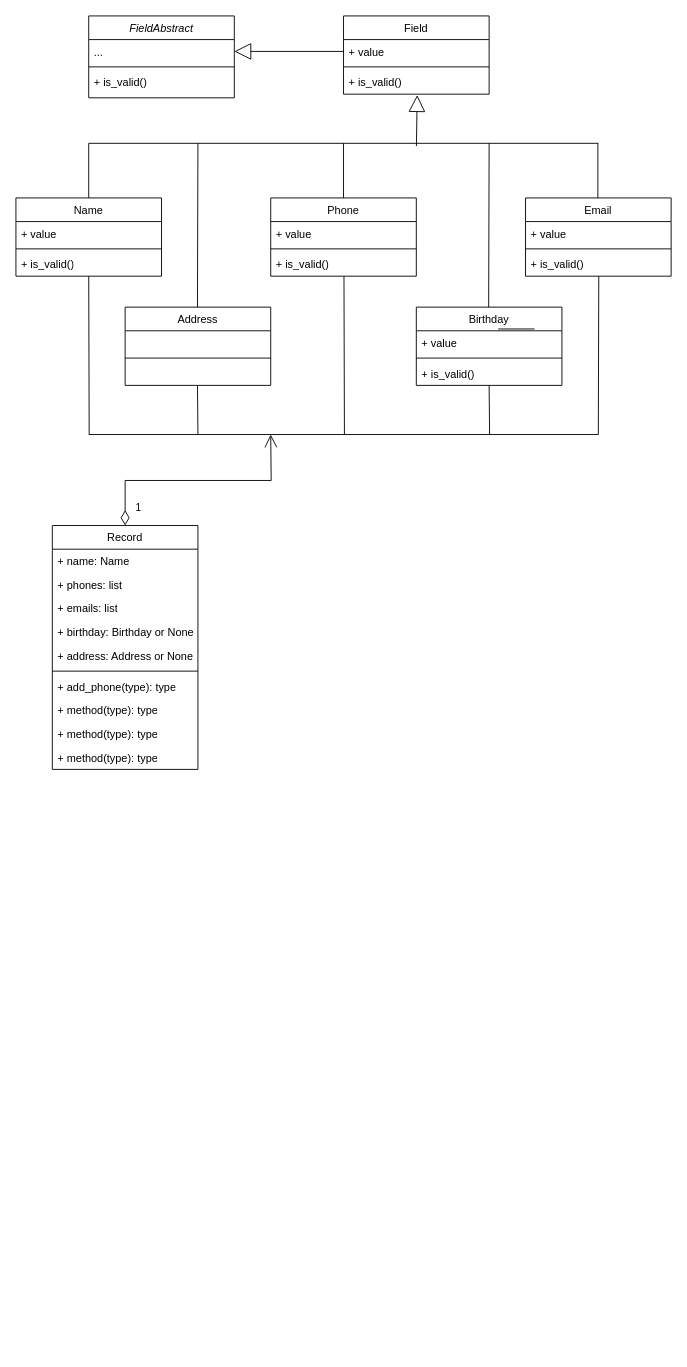
Above: Діаграма без назви.drawio in prominb/personal-assistant2 (draw.io), before the change. Source tidied: cells renumbered, new cells numbered last; positions are measured from the earlier drawing's top-left corner, leaving out a move shared by most shapes. Both pictures are drawn from the tidied source at 91%, with x=0, y=0 at pixel (15, 15).
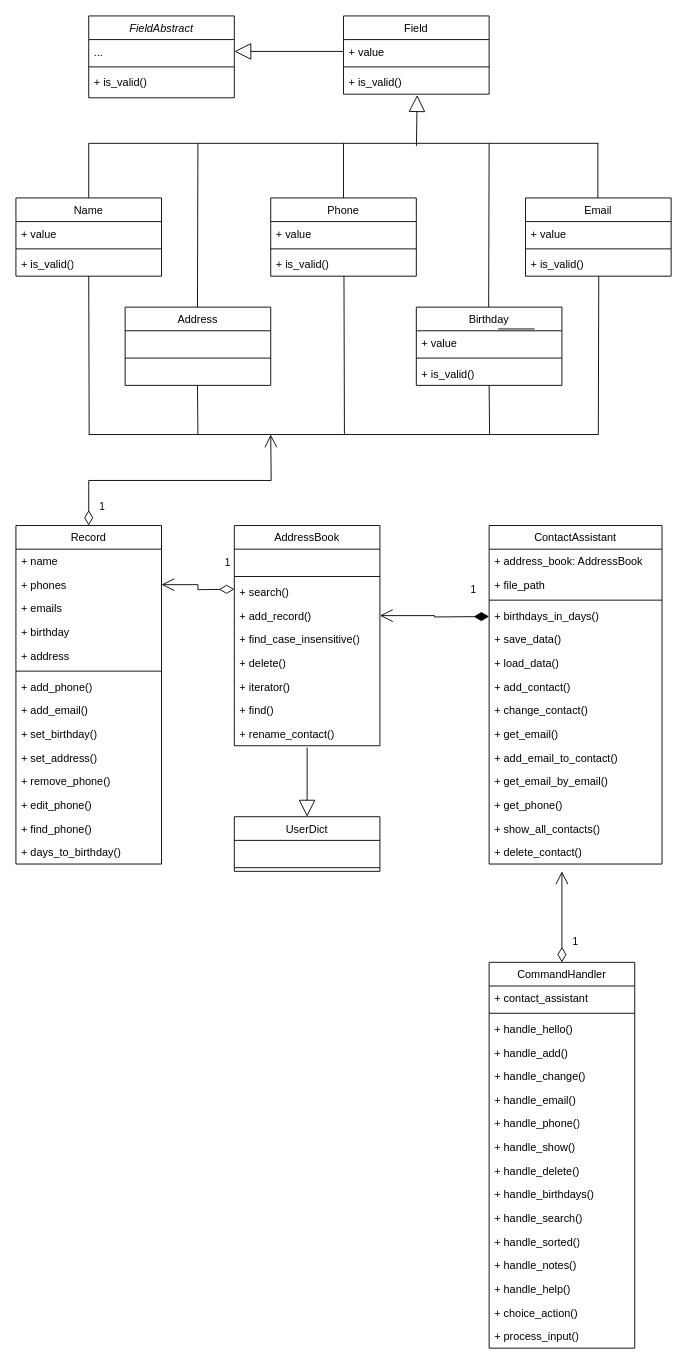
The same page after the edit.

What changed in the source:
```diff
@@
     <mxCell id="39" value="&lt;span style=&quot;font-weight: 400;&quot;&gt;Record&lt;/span&gt;" style="swimlane;fontStyle=1;align=center;verticalAlign=top;horizontal=1;startSize=26;whiteSpace=wrap;html=1;" parent="1" vertex="1">
-      <mxGeometry x="40" y="560" width="160" height="268" as="geometry" />
+      <mxGeometry y="560" width="160" height="372" as="geometry" />
     </mxCell>
-    <mxCell id="40" value="+ name:&amp;nbsp;&lt;span style=&quot;text-align: center;&quot;&gt;Name&lt;/span&gt;" style="text;strokeColor=none;fillColor=none;align=left;verticalAlign=top;spacingLeft=4;spacingRight=4;overflow=hidden;whiteSpace=wrap;html=1;" parent="39" vertex="1">
+    <mxCell id="40" value="+ name" style="text;strokeColor=none;fillColor=none;align=left;verticalAlign=top;spacingLeft=4;spacingRight=4;overflow=hidden;whiteSpace=wrap;html=1;" parent="39" vertex="1">
       <mxGeometry y="26" width="160" height="26" as="geometry" />
     </mxCell>
-    <mxCell id="41" value="+ phones: list" style="text;strokeColor=none;fillColor=none;align=left;verticalAlign=top;spacingLeft=4;spacingRight=4;overflow=hidden;points=[[0,0.5],[1,0.5]];portConstraint=eastwest;whiteSpace=wrap;html=1;" parent="39" vertex="1">
+    <mxCell id="41" value="+ phones" style="text;strokeColor=none;fillColor=none;align=left;verticalAlign=top;spacingLeft=4;spacingRight=4;overflow=hidden;points=[[0,0.5],[1,0.5]];portConstraint=eastwest;whiteSpace=wrap;html=1;" parent="39" vertex="1">
       <mxGeometry y="52" width="160" height="26" as="geometry" />
     </mxCell>
-    <mxCell id="42" value="+ emails: list" style="text;strokeColor=none;fillColor=none;align=left;verticalAlign=top;spacingLeft=4;spacingRight=4;overflow=hidden;whiteSpace=wrap;html=1;" parent="39" vertex="1">
+    <mxCell id="42" value="+ emails" style="text;strokeColor=none;fillColor=none;align=left;verticalAlign=top;spacingLeft=4;spacingRight=4;overflow=hidden;whiteSpace=wrap;html=1;" parent="39" vertex="1">
       <mxGeometry y="78" width="160" height="26" as="geometry" />
     </mxCell>
-    <mxCell id="43" value="+ birthday: Birthday or None" style="text;strokeColor=none;fillColor=none;align=left;verticalAlign=top;spacingLeft=4;spacingRight=4;overflow=hidden;whiteSpace=wrap;html=1;" parent="39" vertex="1">
+    <mxCell id="43" value="+ birthday" style="text;strokeColor=none;fillColor=none;align=left;verticalAlign=top;spacingLeft=4;spacingRight=4;overflow=hidden;whiteSpace=wrap;html=1;" parent="39" vertex="1">
       <mxGeometry y="104" width="160" height="26" as="geometry" />
     </mxCell>
-    <mxCell id="44" value="+ address: Address or None" style="text;strokeColor=none;fillColor=none;align=left;verticalAlign=top;spacingLeft=4;spacingRight=4;overflow=hidden;whiteSpace=wrap;html=1;" parent="39" vertex="1">
+    <mxCell id="44" value="+ address" style="text;strokeColor=none;fillColor=none;align=left;verticalAlign=top;spacingLeft=4;spacingRight=4;overflow=hidden;whiteSpace=wrap;html=1;" parent="39" vertex="1">
       <mxGeometry y="130" width="160" height="26" as="geometry" />
     </mxCell>
@@
-    <mxCell id="46" value="+ add_phone(type): type" style="text;strokeColor=none;fillColor=none;align=left;verticalAlign=top;spacingLeft=4;spacingRight=4;overflow=hidden;whiteSpace=wrap;html=1;" parent="39" vertex="1">
+    <mxCell id="46" value="+ add_phone()" style="text;strokeColor=none;fillColor=none;align=left;verticalAlign=top;spacingLeft=4;spacingRight=4;overflow=hidden;whiteSpace=wrap;html=1;" parent="39" vertex="1">
       <mxGeometry y="164" width="160" height="26" as="geometry" />
     </mxCell>
-    <mxCell id="47" value="+ method(type): type" style="text;strokeColor=none;fillColor=none;align=left;verticalAlign=top;spacingLeft=4;spacingRight=4;overflow=hidden;whiteSpace=wrap;html=1;" parent="39" vertex="1">
+    <mxCell id="47" value="+ add_email()" style="text;strokeColor=none;fillColor=none;align=left;verticalAlign=top;spacingLeft=4;spacingRight=4;overflow=hidden;whiteSpace=wrap;html=1;" parent="39" vertex="1">
       <mxGeometry y="190" width="160" height="26" as="geometry" />
     </mxCell>
-    <mxCell id="48" value="+ method(type): type" style="text;strokeColor=none;fillColor=none;align=left;verticalAlign=top;spacingLeft=4;spacingRight=4;overflow=hidden;whiteSpace=wrap;html=1;" parent="39" vertex="1">
+    <mxCell id="48" value="+ set_birthday()" style="text;strokeColor=none;fillColor=none;align=left;verticalAlign=top;spacingLeft=4;spacingRight=4;overflow=hidden;whiteSpace=wrap;html=1;" parent="39" vertex="1">
       <mxGeometry y="216" width="160" height="26" as="geometry" />
     </mxCell>
-    <mxCell id="49" value="+ method(type): type" style="text;strokeColor=none;fillColor=none;align=left;verticalAlign=top;spacingLeft=4;spacingRight=4;overflow=hidden;whiteSpace=wrap;html=1;" parent="39" vertex="1">
-      <mxGeometry y="242" width="160" height="26" as="geometry" />
-    </mxCell>
+    <mxCell id="57" value="+ set_address()" style="text;strokeColor=none;fillColor=none;align=left;verticalAlign=top;spacingLeft=4;spacingRight=4;overflow=hidden;whiteSpace=wrap;html=1;" parent="39" vertex="1">
+      <mxGeometry y="242" width="160" height="26" as="geometry" />
+    </mxCell>
+    <mxCell id="58" value="+ remove_phone()" style="text;strokeColor=none;fillColor=none;align=left;verticalAlign=top;spacingLeft=4;spacingRight=4;overflow=hidden;whiteSpace=wrap;html=1;" parent="39" vertex="1">
+      <mxGeometry y="268" width="160" height="26" as="geometry" />
+    </mxCell>
+    <mxCell id="59" value="+ edit_phone()" style="text;strokeColor=none;fillColor=none;align=left;verticalAlign=top;spacingLeft=4;spacingRight=4;overflow=hidden;whiteSpace=wrap;html=1;" parent="39" vertex="1">
+      <mxGeometry y="294" width="160" height="26" as="geometry" />
+    </mxCell>
+    <mxCell id="60" value="+ find_phone()" style="text;strokeColor=none;fillColor=none;align=left;verticalAlign=top;spacingLeft=4;spacingRight=4;overflow=hidden;whiteSpace=wrap;html=1;" parent="39" vertex="1">
+      <mxGeometry y="320" width="160" height="26" as="geometry" />
+    </mxCell>
+    <mxCell id="61" value="+ days_to_birthday()" style="text;strokeColor=none;fillColor=none;align=left;verticalAlign=top;spacingLeft=4;spacingRight=4;overflow=hidden;whiteSpace=wrap;html=1;" parent="39" vertex="1">
+      <mxGeometry y="346" width="160" height="26" as="geometry" />
+    </mxCell>
@@
+    <mxCell id="62" value="&lt;span style=&quot;font-weight: 400;&quot;&gt;AddressBook&lt;/span&gt;" style="swimlane;fontStyle=1;align=center;verticalAlign=top;horizontal=1;startSize=26;whiteSpace=wrap;html=1;" parent="1" vertex="1">
+      <mxGeometry x="240" y="560" width="160" height="242" as="geometry" />
+    </mxCell>
+    <mxCell id="63" value="&amp;nbsp;" style="text;strokeColor=none;fillColor=none;align=left;verticalAlign=top;spacingLeft=4;spacingRight=4;overflow=hidden;whiteSpace=wrap;html=1;" parent="62" vertex="1">
+      <mxGeometry y="26" width="160" height="26" as="geometry" />
+    </mxCell>
+    <mxCell id="64" style="line;strokeWidth=1;fillColor=none;align=left;verticalAlign=middle;spacingTop=-1;spacingLeft=3;spacingRight=3;labelPosition=right;strokeColor=inherit;" parent="62" vertex="1">
+      <mxGeometry y="52" width="160" height="8" as="geometry" />
+    </mxCell>
+    <mxCell id="65" value="+ search()" style="text;strokeColor=none;fillColor=none;align=left;verticalAlign=top;spacingLeft=4;spacingRight=4;overflow=hidden;whiteSpace=wrap;html=1;" parent="62" vertex="1">
+      <mxGeometry y="60" width="160" height="26" as="geometry" />
+    </mxCell>
+    <mxCell id="66" value="+ add_record()" style="text;strokeColor=none;fillColor=none;align=left;verticalAlign=top;spacingLeft=4;spacingRight=4;overflow=hidden;points=[[0,0.5],[1,0.5]];portConstraint=eastwest;whiteSpace=wrap;html=1;" parent="62" vertex="1">
+      <mxGeometry y="86" width="160" height="26" as="geometry" />
+    </mxCell>
+    <mxCell id="67" value="+ find_case_insensitive()" style="text;strokeColor=none;fillColor=none;align=left;verticalAlign=top;spacingLeft=4;spacingRight=4;overflow=hidden;whiteSpace=wrap;html=1;" parent="62" vertex="1">
+      <mxGeometry y="112" width="160" height="26" as="geometry" />
+    </mxCell>
+    <mxCell id="68" value="+ delete()" style="text;strokeColor=none;fillColor=none;align=left;verticalAlign=top;spacingLeft=4;spacingRight=4;overflow=hidden;whiteSpace=wrap;html=1;" parent="62" vertex="1">
+      <mxGeometry y="138" width="160" height="26" as="geometry" />
+    </mxCell>
+    <mxCell id="69" value="+ iterator()" style="text;strokeColor=none;fillColor=none;align=left;verticalAlign=top;spacingLeft=4;spacingRight=4;overflow=hidden;whiteSpace=wrap;html=1;" parent="62" vertex="1">
+      <mxGeometry y="164" width="160" height="26" as="geometry" />
+    </mxCell>
+    <mxCell id="70" value="+ find()" style="text;strokeColor=none;fillColor=none;align=left;verticalAlign=top;spacingLeft=4;spacingRight=4;overflow=hidden;whiteSpace=wrap;html=1;" parent="62" vertex="1">
+      <mxGeometry y="190" width="160" height="26" as="geometry" />
+    </mxCell>
+    <mxCell id="71" value="+ rename_contact()" style="text;strokeColor=none;fillColor=none;align=left;verticalAlign=top;spacingLeft=4;spacingRight=4;overflow=hidden;points=[[0,0.5],[1,0.5]];portConstraint=eastwest;whiteSpace=wrap;html=1;" parent="62" vertex="1">
+      <mxGeometry y="216" width="160" height="26" as="geometry" />
+    </mxCell>
+    <mxCell id="72" value="&lt;span style=&quot;font-weight: 400;&quot;&gt;UserDict&lt;/span&gt;" style="swimlane;fontStyle=1;align=center;verticalAlign=top;horizontal=1;startSize=26;whiteSpace=wrap;html=1;" parent="1" vertex="1">
+      <mxGeometry x="240" y="880" width="160" height="60" as="geometry" />
+    </mxCell>
+    <mxCell id="73" value="&amp;nbsp;" style="text;strokeColor=none;fillColor=none;align=left;verticalAlign=top;spacingLeft=4;spacingRight=4;overflow=hidden;whiteSpace=wrap;html=1;" parent="72" vertex="1">
+      <mxGeometry y="26" width="160" height="26" as="geometry" />
+    </mxCell>
+    <mxCell id="74" style="line;strokeWidth=1;fillColor=none;align=left;verticalAlign=middle;spacingTop=-1;spacingLeft=3;spacingRight=3;labelPosition=right;strokeColor=inherit;" parent="72" vertex="1">
+      <mxGeometry y="52" width="160" height="8" as="geometry" />
+    </mxCell>
+    <mxCell id="75" style="endArrow=block;endSize=16;endFill=0;html=1;rounded=0;exitX=0.5;exitY=1.077;exitDx=0;exitDy=0;exitPerimeter=0;entryX=0.5;entryY=0;entryDx=0;entryDy=0;" parent="1" edge="1" source="71" target="72">
+      <mxGeometry relative="1" as="geometry" />
+    </mxCell>
+    <mxCell id="76" value="&lt;span style=&quot;font-weight: 400;&quot;&gt;ContactAssistant&lt;/span&gt;" style="swimlane;fontStyle=1;align=center;verticalAlign=top;horizontal=1;startSize=26;whiteSpace=wrap;html=1;" parent="1" vertex="1">
+      <mxGeometry x="520" y="560" width="190" height="372" as="geometry" />
+    </mxCell>
+    <mxCell id="77" value="+ address_book: AddressBook" style="text;strokeColor=none;fillColor=none;align=left;verticalAlign=top;spacingLeft=4;spacingRight=4;overflow=hidden;whiteSpace=wrap;html=1;" parent="76" vertex="1">
+      <mxGeometry y="26" width="190" height="26" as="geometry" />
+    </mxCell>
+    <mxCell id="78" value="+ file_path" style="text;strokeColor=none;fillColor=none;align=left;verticalAlign=top;spacingLeft=4;spacingRight=4;overflow=hidden;whiteSpace=wrap;html=1;" parent="76" vertex="1">
+      <mxGeometry y="52" width="190" height="26" as="geometry" />
+    </mxCell>
+    <mxCell id="79" style="line;strokeWidth=1;fillColor=none;align=left;verticalAlign=middle;spacingTop=-1;spacingLeft=3;spacingRight=3;labelPosition=right;strokeColor=inherit;" parent="76" vertex="1">
+      <mxGeometry y="78" width="190" height="8" as="geometry" />
+    </mxCell>
+    <mxCell id="80" value="+ birthdays_in_days()" style="text;strokeColor=none;fillColor=none;align=left;verticalAlign=top;spacingLeft=4;spacingRight=4;overflow=hidden;whiteSpace=wrap;html=1;" parent="76" vertex="1">
+      <mxGeometry y="86" width="190" height="26" as="geometry" />
+    </mxCell>
+    <mxCell id="81" value="+ save_data()" style="text;strokeColor=none;fillColor=none;align=left;verticalAlign=top;spacingLeft=4;spacingRight=4;overflow=hidden;whiteSpace=wrap;html=1;" parent="76" vertex="1">
+      <mxGeometry y="112" width="190" height="26" as="geometry" />
+    </mxCell>
+    <mxCell id="82" value="+ load_data()" style="text;strokeColor=none;fillColor=none;align=left;verticalAlign=top;spacingLeft=4;spacingRight=4;overflow=hidden;whiteSpace=wrap;html=1;" parent="76" vertex="1">
+      <mxGeometry y="138" width="190" height="26" as="geometry" />
+    </mxCell>
+    <mxCell id="83" value="+ add_contact()" style="text;strokeColor=none;fillColor=none;align=left;verticalAlign=top;spacingLeft=4;spacingRight=4;overflow=hidden;whiteSpace=wrap;html=1;" parent="76" vertex="1">
+      <mxGeometry y="164" width="190" height="26" as="geometry" />
+    </mxCell>
+    <mxCell id="84" value="+ change_contact()" style="text;strokeColor=none;fillColor=none;align=left;verticalAlign=top;spacingLeft=4;spacingRight=4;overflow=hidden;whiteSpace=wrap;html=1;" parent="76" vertex="1">
+      <mxGeometry y="190" width="190" height="26" as="geometry" />
+    </mxCell>
+    <mxCell id="85" value="+ get_email()" style="text;strokeColor=none;fillColor=none;align=left;verticalAlign=top;spacingLeft=4;spacingRight=4;overflow=hidden;whiteSpace=wrap;html=1;" parent="76" vertex="1">
+      <mxGeometry y="216" width="190" height="26" as="geometry" />
+    </mxCell>
+    <mxCell id="86" value="+ add_email_to_contact()" style="text;strokeColor=none;fillColor=none;align=left;verticalAlign=top;spacingLeft=4;spacingRight=4;overflow=hidden;whiteSpace=wrap;html=1;" parent="76" vertex="1">
+      <mxGeometry y="242" width="190" height="26" as="geometry" />
+    </mxCell>
+    <mxCell id="87" value="+ get_email_by_email()" style="text;strokeColor=none;fillColor=none;align=left;verticalAlign=top;spacingLeft=4;spacingRight=4;overflow=hidden;whiteSpace=wrap;html=1;" parent="76" vertex="1">
+      <mxGeometry y="268" width="190" height="26" as="geometry" />
+    </mxCell>
+    <mxCell id="88" value="+ get_phone()" style="text;strokeColor=none;fillColor=none;align=left;verticalAlign=top;spacingLeft=4;spacingRight=4;overflow=hidden;whiteSpace=wrap;html=1;" parent="76" vertex="1">
+      <mxGeometry y="294" width="190" height="26" as="geometry" />
+    </mxCell>
+    <mxCell id="89" value="+ show_all_contacts()" style="text;strokeColor=none;fillColor=none;align=left;verticalAlign=top;spacingLeft=4;spacingRight=4;overflow=hidden;whiteSpace=wrap;html=1;" parent="76" vertex="1">
+      <mxGeometry y="320" width="190" height="26" as="geometry" />
+    </mxCell>
+    <mxCell id="90" value="+ delete_contact()" style="text;strokeColor=none;fillColor=none;align=left;verticalAlign=top;spacingLeft=4;spacingRight=4;overflow=hidden;whiteSpace=wrap;html=1;" parent="76" vertex="1">
+      <mxGeometry y="346" width="190" height="26" as="geometry" />
+    </mxCell>
+    <mxCell id="91" value="1" style="endArrow=open;html=1;endSize=12;startArrow=diamondThin;startSize=14;startFill=0;edgeStyle=orthogonalEdgeStyle;align=left;verticalAlign=bottom;rounded=0;" parent="1" edge="1" target="41">
+      <mxGeometry x="-0.71" y="-20" relative="1" as="geometry">
+        <mxPoint x="240" y="630" as="sourcePoint" />
+      </mxGeometry>
+    </mxCell>
+    <mxCell id="92" value="1" style="endArrow=open;html=1;endSize=12;startArrow=diamondThin;startSize=14;startFill=1;edgeStyle=orthogonalEdgeStyle;align=left;verticalAlign=bottom;rounded=0;entryX=1;entryY=0.5;entryDx=0;entryDy=0;" parent="1" edge="1" target="66">
+      <mxGeometry x="-0.64" y="-20" relative="1" as="geometry">
+        <mxPoint x="520" y="660" as="sourcePoint" />
+      </mxGeometry>
+    </mxCell>
+    <mxCell id="93" value="&lt;span style=&quot;font-weight: 400;&quot;&gt;CommandHandler&lt;/span&gt;" style="swimlane;fontStyle=1;align=center;verticalAlign=top;horizontal=1;startSize=26;whiteSpace=wrap;html=1;" parent="1" vertex="1">
+      <mxGeometry x="520" y="1040" width="160" height="424" as="geometry" />
+    </mxCell>
+    <mxCell id="94" value="+ contact_assistant" style="text;strokeColor=none;fillColor=none;align=left;verticalAlign=top;spacingLeft=4;spacingRight=4;overflow=hidden;whiteSpace=wrap;html=1;" parent="93" vertex="1">
+      <mxGeometry y="26" width="160" height="26" as="geometry" />
+    </mxCell>
+    <mxCell id="95" style="line;strokeWidth=1;fillColor=none;align=left;verticalAlign=middle;spacingTop=-1;spacingLeft=3;spacingRight=3;labelPosition=right;strokeColor=inherit;" parent="93" vertex="1">
+      <mxGeometry y="52" width="160" height="8" as="geometry" />
+    </mxCell>
+    <mxCell id="96" value="+ handle_hello()" style="text;strokeColor=none;fillColor=none;align=left;verticalAlign=top;spacingLeft=4;spacingRight=4;overflow=hidden;whiteSpace=wrap;html=1;" parent="93" vertex="1">
+      <mxGeometry y="60" width="160" height="26" as="geometry" />
+    </mxCell>
+    <mxCell id="97" value="+ handle_add()" style="text;strokeColor=none;fillColor=none;align=left;verticalAlign=top;spacingLeft=4;spacingRight=4;overflow=hidden;whiteSpace=wrap;html=1;" parent="93" vertex="1">
+      <mxGeometry y="86" width="160" height="26" as="geometry" />
+    </mxCell>
+    <mxCell id="98" value="+ handle_change()" style="text;strokeColor=none;fillColor=none;align=left;verticalAlign=top;spacingLeft=4;spacingRight=4;overflow=hidden;whiteSpace=wrap;html=1;" parent="93" vertex="1">
+      <mxGeometry y="112" width="160" height="26" as="geometry" />
+    </mxCell>
+    <mxCell id="99" value="+ handle_email()" style="text;strokeColor=none;fillColor=none;align=left;verticalAlign=top;spacingLeft=4;spacingRight=4;overflow=hidden;whiteSpace=wrap;html=1;" parent="93" vertex="1">
+      <mxGeometry y="138" width="160" height="26" as="geometry" />
+    </mxCell>
+    <mxCell id="100" value="+ handle_phone()" style="text;strokeColor=none;fillColor=none;align=left;verticalAlign=top;spacingLeft=4;spacingRight=4;overflow=hidden;whiteSpace=wrap;html=1;" parent="93" vertex="1">
+      <mxGeometry y="164" width="160" height="26" as="geometry" />
+    </mxCell>
+    <mxCell id="101" value="+ handle_show()" style="text;strokeColor=none;fillColor=none;align=left;verticalAlign=top;spacingLeft=4;spacingRight=4;overflow=hidden;whiteSpace=wrap;html=1;" parent="93" vertex="1">
+      <mxGeometry y="190" width="160" height="26" as="geometry" />
+    </mxCell>
+    <mxCell id="102" value="+ handle_delete()" style="text;strokeColor=none;fillColor=none;align=left;verticalAlign=top;spacingLeft=4;spacingRight=4;overflow=hidden;whiteSpace=wrap;html=1;" parent="93" vertex="1">
+      <mxGeometry y="216" width="160" height="26" as="geometry" />
+    </mxCell>
+    <mxCell id="103" value="+ handle_birthdays()" style="text;strokeColor=none;fillColor=none;align=left;verticalAlign=top;spacingLeft=4;spacingRight=4;overflow=hidden;whiteSpace=wrap;html=1;" parent="93" vertex="1">
+      <mxGeometry y="242" width="160" height="26" as="geometry" />
+    </mxCell>
+    <mxCell id="104" value="+ handle_search()" style="text;strokeColor=none;fillColor=none;align=left;verticalAlign=top;spacingLeft=4;spacingRight=4;overflow=hidden;whiteSpace=wrap;html=1;" parent="93" vertex="1">
+      <mxGeometry y="268" width="160" height="26" as="geometry" />
+    </mxCell>
+    <mxCell id="105" value="+ handle_sorted()" style="text;strokeColor=none;fillColor=none;align=left;verticalAlign=top;spacingLeft=4;spacingRight=4;overflow=hidden;whiteSpace=wrap;html=1;" parent="93" vertex="1">
+      <mxGeometry y="294" width="160" height="26" as="geometry" />
+    </mxCell>
+    <mxCell id="106" value="+ handle_notes()" style="text;strokeColor=none;fillColor=none;align=left;verticalAlign=top;spacingLeft=4;spacingRight=4;overflow=hidden;whiteSpace=wrap;html=1;" parent="93" vertex="1">
+      <mxGeometry y="320" width="160" height="26" as="geometry" />
+    </mxCell>
+    <mxCell id="107" value="+ handle_help()" style="text;strokeColor=none;fillColor=none;align=left;verticalAlign=top;spacingLeft=4;spacingRight=4;overflow=hidden;whiteSpace=wrap;html=1;" parent="93" vertex="1">
+      <mxGeometry y="346" width="160" height="26" as="geometry" />
+    </mxCell>
+    <mxCell id="108" value="+ choice_action()" style="text;strokeColor=none;fillColor=none;align=left;verticalAlign=top;spacingLeft=4;spacingRight=4;overflow=hidden;whiteSpace=wrap;html=1;" parent="93" vertex="1">
+      <mxGeometry y="372" width="160" height="26" as="geometry" />
+    </mxCell>
+    <mxCell id="109" value="+ process_input()" style="text;strokeColor=none;fillColor=none;align=left;verticalAlign=top;spacingLeft=4;spacingRight=4;overflow=hidden;whiteSpace=wrap;html=1;" parent="93" vertex="1">
+      <mxGeometry y="398" width="160" height="26" as="geometry" />
+    </mxCell>
+    <mxCell id="110" value="1" style="endArrow=open;html=1;endSize=12;startArrow=diamondThin;startSize=14;startFill=0;edgeStyle=orthogonalEdgeStyle;align=left;verticalAlign=bottom;rounded=0;" parent="1" edge="1">
+      <mxGeometry x="-0.75" y="-10" relative="1" as="geometry">
+        <mxPoint x="600" y="1040" as="sourcePoint" />
+        <mxPoint x="600" y="940" as="targetPoint" />
+      </mxGeometry>
+    </mxCell>
```
